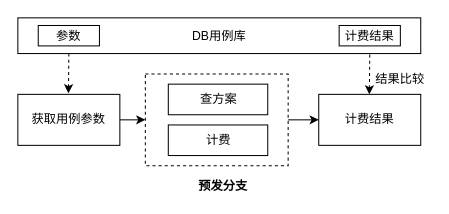
Above: 资损1-线下巡检.drawio in heyrry/draw.io (draw.io), before the change. Source tidied: cells renumbered, new cells numbered last; positions are measured from the earlier drawing's top-left corner, leaving out a move shared by most shapes. Both pictures are drawn from the tidied source at 102%, with x=0, y=0 at pixel (17, 17).
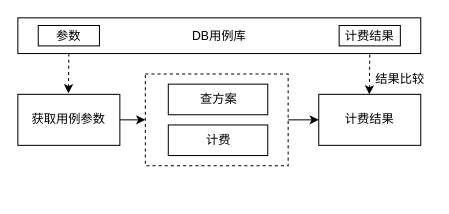
The same page after the edit.

Commit message:
更新资损1-线下巡检.drawio

What changed in the source:
```diff
@@
-    <mxCell id="15" value="预发分支" style="text;html=1;align=center;verticalAlign=middle;whiteSpace=wrap;rounded=0;fontStyle=1;" parent="1" vertex="1">
-      <mxGeometry x="168" y="155" width="67" height="20" as="geometry" />
-    </mxCell>
```
